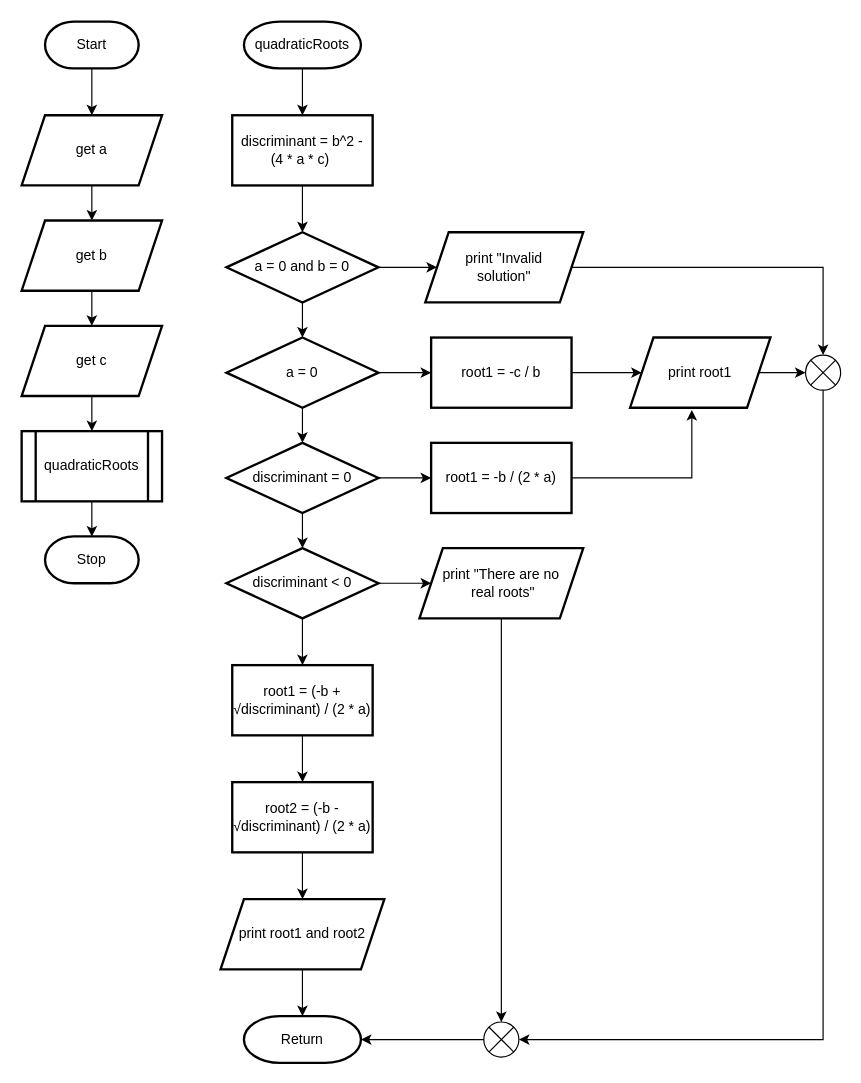
The draw.io diagram quadratic_formula.drawio in Jebbxrs/c_proj, before the edit. Source tidied: cells renumbered, new cells numbered last; positions are measured from the earlier drawing's top-left corner, leaving out a move shared by most shapes. Both pictures are drawn from the tidied source at 117%, with x=0, y=0 at pixel (21, 21).
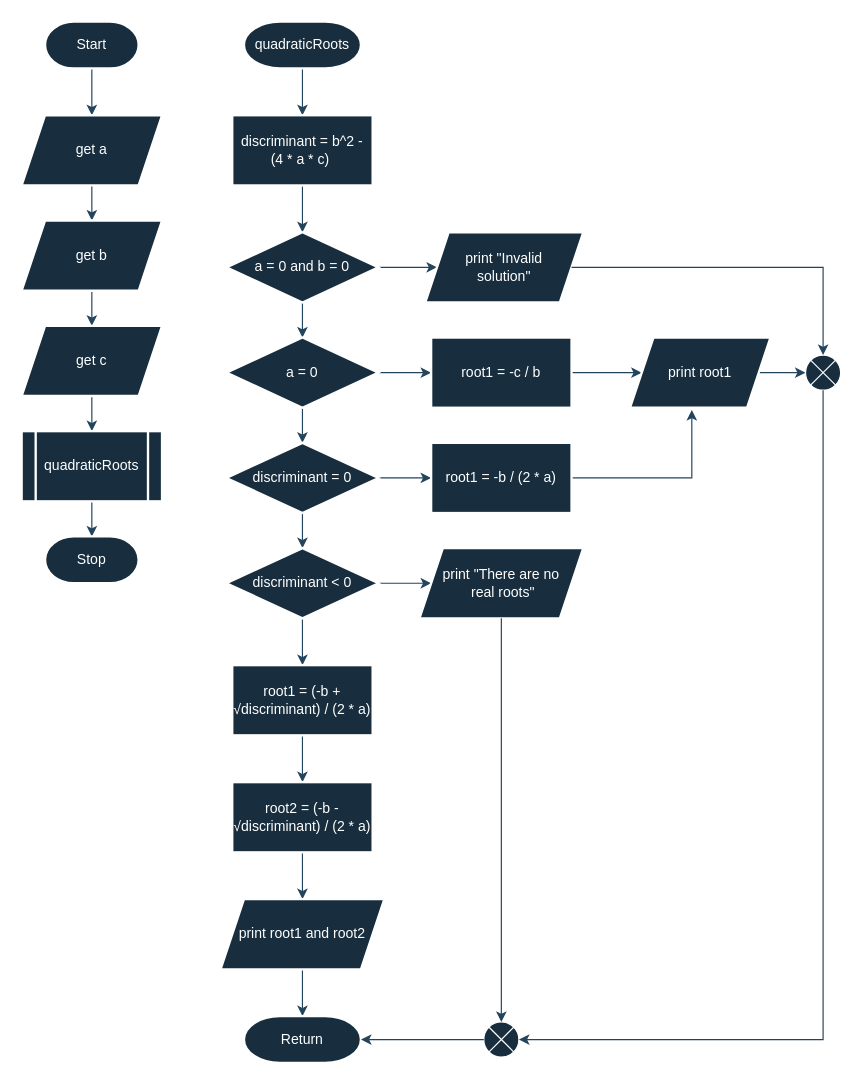
After the change.

Change to the diagram source:
```diff
@@
-    <mxCell id="2" style="edgeStyle=orthogonalEdgeStyle;rounded=0;jettySize=auto;html=1;" parent="1" edge="1" source="3" target="5">
+    <mxCell id="2" style="edgeStyle=orthogonalEdgeStyle;rounded=0;jettySize=auto;html=1;labelBackgroundColor=none;strokeColor=#23445D;fontColor=default;" parent="1" edge="1" source="3" target="5">
       <mxGeometry relative="1" as="geometry" />
     </mxCell>
-    <mxCell id="3" value="Start" style="strokeWidth=2;html=1;shape=mxgraph.flowchart.terminator;whiteSpace=wrap;" parent="1" vertex="1">
+    <mxCell id="3" value="Start" style="strokeWidth=2;html=1;shape=mxgraph.flowchart.terminator;whiteSpace=wrap;labelBackgroundColor=none;fillColor=#182E3E;strokeColor=#FFFFFF;fontColor=#FFFFFF;" parent="1" vertex="1">
       <mxGeometry x="20" width="80" height="40" as="geometry" />
     </mxCell>
-    <mxCell id="4" style="edgeStyle=orthogonalEdgeStyle;rounded=0;jettySize=auto;html=1;" parent="1" edge="1" source="5" target="7">
+    <mxCell id="4" style="edgeStyle=orthogonalEdgeStyle;rounded=0;jettySize=auto;html=1;labelBackgroundColor=none;strokeColor=#23445D;fontColor=default;" parent="1" edge="1" source="5" target="7">
       <mxGeometry relative="1" as="geometry" />
     </mxCell>
-    <mxCell id="5" value="get a" style="shape=parallelogram;perimeter=parallelogramPerimeter;whiteSpace=wrap;html=1;fixedSize=1;strokeWidth=2;" parent="1" vertex="1">
+    <mxCell id="5" value="get a" style="shape=parallelogram;perimeter=parallelogramPerimeter;whiteSpace=wrap;html=1;fixedSize=1;strokeWidth=2;labelBackgroundColor=none;fillColor=#182E3E;strokeColor=#FFFFFF;fontColor=#FFFFFF;" parent="1" vertex="1">
       <mxGeometry y="80" width="120" height="60" as="geometry" />
     </mxCell>
-    <mxCell id="6" style="edgeStyle=orthogonalEdgeStyle;rounded=0;jettySize=auto;html=1;" parent="1" edge="1" source="7" target="9">
+    <mxCell id="6" style="edgeStyle=orthogonalEdgeStyle;rounded=0;jettySize=auto;html=1;labelBackgroundColor=none;strokeColor=#23445D;fontColor=default;" parent="1" edge="1" source="7" target="9">
       <mxGeometry relative="1" as="geometry" />
     </mxCell>
-    <mxCell id="7" value="get b" style="shape=parallelogram;perimeter=parallelogramPerimeter;whiteSpace=wrap;html=1;fixedSize=1;strokeWidth=2;" parent="1" vertex="1">
+    <mxCell id="7" value="get b" style="shape=parallelogram;perimeter=parallelogramPerimeter;whiteSpace=wrap;html=1;fixedSize=1;strokeWidth=2;labelBackgroundColor=none;fillColor=#182E3E;strokeColor=#FFFFFF;fontColor=#FFFFFF;" parent="1" vertex="1">
       <mxGeometry y="170" width="120" height="60" as="geometry" />
     </mxCell>
-    <mxCell id="8" style="edgeStyle=orthogonalEdgeStyle;rounded=0;jettySize=auto;html=1;" parent="1" edge="1" source="9" target="11">
+    <mxCell id="8" style="edgeStyle=orthogonalEdgeStyle;rounded=0;jettySize=auto;html=1;labelBackgroundColor=none;strokeColor=#23445D;fontColor=default;" parent="1" edge="1" source="9" target="11">
       <mxGeometry relative="1" as="geometry" />
     </mxCell>
-    <mxCell id="9" value="get c" style="shape=parallelogram;perimeter=parallelogramPerimeter;whiteSpace=wrap;html=1;fixedSize=1;strokeWidth=2;" parent="1" vertex="1">
+    <mxCell id="9" value="get c" style="shape=parallelogram;perimeter=parallelogramPerimeter;whiteSpace=wrap;html=1;fixedSize=1;strokeWidth=2;labelBackgroundColor=none;fillColor=#182E3E;strokeColor=#FFFFFF;fontColor=#FFFFFF;" parent="1" vertex="1">
       <mxGeometry y="260" width="120" height="60" as="geometry" />
     </mxCell>
-    <mxCell id="10" style="edgeStyle=orthogonalEdgeStyle;rounded=0;jettySize=auto;html=1;" parent="1" edge="1" source="11" target="12">
+    <mxCell id="10" style="edgeStyle=orthogonalEdgeStyle;rounded=0;jettySize=auto;html=1;labelBackgroundColor=none;strokeColor=#23445D;fontColor=default;" parent="1" edge="1" source="11" target="12">
       <mxGeometry relative="1" as="geometry" />
     </mxCell>
-    <mxCell id="11" value="quadraticRoots" style="shape=process;whiteSpace=wrap;html=1;backgroundOutline=1;strokeWidth=2;" parent="1" vertex="1">
+    <mxCell id="11" value="quadraticRoots" style="shape=process;whiteSpace=wrap;html=1;backgroundOutline=1;strokeWidth=2;labelBackgroundColor=none;fillColor=#182E3E;strokeColor=#FFFFFF;fontColor=#FFFFFF;" parent="1" vertex="1">
       <mxGeometry y="350" width="120" height="60" as="geometry" />
     </mxCell>
-    <mxCell id="12" value="Stop" style="strokeWidth=2;html=1;shape=mxgraph.flowchart.terminator;whiteSpace=wrap;" parent="1" vertex="1">
+    <mxCell id="12" value="Stop" style="strokeWidth=2;html=1;shape=mxgraph.flowchart.terminator;whiteSpace=wrap;labelBackgroundColor=none;fillColor=#182E3E;strokeColor=#FFFFFF;fontColor=#FFFFFF;" parent="1" vertex="1">
       <mxGeometry x="20" y="440" width="80" height="40" as="geometry" />
     </mxCell>
-    <mxCell id="13" style="edgeStyle=orthogonalEdgeStyle;rounded=0;jettySize=auto;html=1;" parent="1" edge="1" source="14" target="16">
+    <mxCell id="13" style="edgeStyle=orthogonalEdgeStyle;rounded=0;jettySize=auto;html=1;labelBackgroundColor=none;strokeColor=#23445D;fontColor=default;" parent="1" edge="1" source="14" target="16">
       <mxGeometry relative="1" as="geometry" />
     </mxCell>
-    <mxCell id="14" value="quadraticRoots" style="strokeWidth=2;html=1;shape=mxgraph.flowchart.terminator;whiteSpace=wrap;" parent="1" vertex="1">
+    <mxCell id="14" value="quadraticRoots" style="strokeWidth=2;html=1;shape=mxgraph.flowchart.terminator;whiteSpace=wrap;labelBackgroundColor=none;fillColor=#182E3E;strokeColor=#FFFFFF;fontColor=#FFFFFF;" parent="1" vertex="1">
       <mxGeometry x="190" width="100" height="40" as="geometry" />
     </mxCell>
-    <mxCell id="15" style="edgeStyle=orthogonalEdgeStyle;rounded=0;jettySize=auto;html=1;" parent="1" edge="1" source="16" target="19">
+    <mxCell id="15" style="edgeStyle=orthogonalEdgeStyle;rounded=0;jettySize=auto;html=1;labelBackgroundColor=none;strokeColor=#23445D;fontColor=default;" parent="1" edge="1" source="16" target="19">
       <mxGeometry relative="1" as="geometry" />
     </mxCell>
-    <mxCell id="16" value="discriminant = b^2 - &lt;br&gt;(4 * a * c)&amp;nbsp;" style="whiteSpace=wrap;html=1;strokeWidth=2;" parent="1" vertex="1">
+    <mxCell id="16" value="discriminant = b^2 - &lt;br&gt;(4 * a * c)&amp;nbsp;" style="whiteSpace=wrap;html=1;strokeWidth=2;labelBackgroundColor=none;fillColor=#182E3E;strokeColor=#FFFFFF;fontColor=#FFFFFF;" parent="1" vertex="1">
       <mxGeometry x="180" y="80" width="120" height="60" as="geometry" />
     </mxCell>
-    <mxCell id="17" style="edgeStyle=orthogonalEdgeStyle;rounded=0;jettySize=auto;html=1;" parent="1" edge="1" source="19" target="20">
+    <mxCell id="17" style="edgeStyle=orthogonalEdgeStyle;rounded=0;jettySize=auto;html=1;labelBackgroundColor=none;strokeColor=#23445D;fontColor=default;" parent="1" edge="1" source="19" target="20">
       <mxGeometry relative="1" as="geometry" />
     </mxCell>
-    <mxCell id="18" style="edgeStyle=orthogonalEdgeStyle;rounded=0;jettySize=auto;html=1;" parent="1" edge="1" source="19" target="23">
+    <mxCell id="18" style="edgeStyle=orthogonalEdgeStyle;rounded=0;jettySize=auto;html=1;labelBackgroundColor=none;strokeColor=#23445D;fontColor=default;" parent="1" edge="1" source="19" target="23">
       <mxGeometry relative="1" as="geometry" />
     </mxCell>
-    <mxCell id="19" value="a = 0 and b = 0" style="rhombus;whiteSpace=wrap;html=1;strokeWidth=2;" parent="1" vertex="1">
+    <mxCell id="19" value="a = 0 and b = 0" style="rhombus;whiteSpace=wrap;html=1;strokeWidth=2;labelBackgroundColor=none;fillColor=#182E3E;strokeColor=#FFFFFF;fontColor=#FFFFFF;" parent="1" vertex="1">
       <mxGeometry x="175" y="180" width="130" height="60" as="geometry" />
     </mxCell>
-    <mxCell id="20" value="print &quot;Invalid &lt;br&gt;solution&quot;" style="shape=parallelogram;perimeter=parallelogramPerimeter;whiteSpace=wrap;html=1;fixedSize=1;strokeWidth=2;" parent="1" vertex="1">
+    <mxCell id="20" value="print &quot;Invalid &lt;br&gt;solution&quot;" style="shape=parallelogram;perimeter=parallelogramPerimeter;whiteSpace=wrap;html=1;fixedSize=1;strokeWidth=2;labelBackgroundColor=none;fillColor=#182E3E;strokeColor=#FFFFFF;fontColor=#FFFFFF;" parent="1" vertex="1">
       <mxGeometry x="345" y="180" width="135" height="60" as="geometry" />
     </mxCell>
-    <mxCell id="21" style="edgeStyle=orthogonalEdgeStyle;rounded=0;jettySize=auto;html=1;" parent="1" edge="1" source="23" target="25">
+    <mxCell id="21" style="edgeStyle=orthogonalEdgeStyle;rounded=0;jettySize=auto;html=1;labelBackgroundColor=none;strokeColor=#23445D;fontColor=default;" parent="1" edge="1" source="23" target="25">
       <mxGeometry relative="1" as="geometry" />
     </mxCell>
-    <mxCell id="22" style="edgeStyle=orthogonalEdgeStyle;rounded=0;jettySize=auto;html=1;" parent="1" edge="1" source="23" target="30">
+    <mxCell id="22" style="edgeStyle=orthogonalEdgeStyle;rounded=0;jettySize=auto;html=1;labelBackgroundColor=none;strokeColor=#23445D;fontColor=default;" parent="1" edge="1" source="23" target="30">
       <mxGeometry relative="1" as="geometry" />
     </mxCell>
-    <mxCell id="23" value="a = 0" style="rhombus;whiteSpace=wrap;html=1;strokeWidth=2;" parent="1" vertex="1">
+    <mxCell id="23" value="a = 0" style="rhombus;whiteSpace=wrap;html=1;strokeWidth=2;labelBackgroundColor=none;fillColor=#182E3E;strokeColor=#FFFFFF;fontColor=#FFFFFF;" parent="1" vertex="1">
       <mxGeometry x="175" y="270" width="130" height="60" as="geometry" />
     </mxCell>
-    <mxCell id="24" style="edgeStyle=orthogonalEdgeStyle;rounded=0;jettySize=auto;html=1;" parent="1" edge="1" source="25" target="27">
+    <mxCell id="24" style="edgeStyle=orthogonalEdgeStyle;rounded=0;jettySize=auto;html=1;labelBackgroundColor=none;strokeColor=#23445D;fontColor=default;" parent="1" edge="1" source="25" target="27">
       <mxGeometry relative="1" as="geometry" />
     </mxCell>
-    <mxCell id="25" value="root1 = -c / b" style="whiteSpace=wrap;html=1;strokeWidth=2;" parent="1" vertex="1">
+    <mxCell id="25" value="root1 = -c / b" style="whiteSpace=wrap;html=1;strokeWidth=2;labelBackgroundColor=none;fillColor=#182E3E;strokeColor=#FFFFFF;fontColor=#FFFFFF;" parent="1" vertex="1">
       <mxGeometry x="350" y="270" width="120" height="60" as="geometry" />
     </mxCell>
-    <mxCell id="26" style="edgeStyle=orthogonalEdgeStyle;rounded=0;jettySize=auto;html=1;" parent="1" edge="1" source="27" target="47">
+    <mxCell id="26" style="edgeStyle=orthogonalEdgeStyle;rounded=0;jettySize=auto;html=1;labelBackgroundColor=none;strokeColor=#23445D;fontColor=default;" parent="1" edge="1" source="27" target="47">
       <mxGeometry relative="1" as="geometry" />
     </mxCell>
-    <mxCell id="27" value="print root1" style="shape=parallelogram;perimeter=parallelogramPerimeter;whiteSpace=wrap;html=1;fixedSize=1;strokeWidth=2;" parent="1" vertex="1">
+    <mxCell id="27" value="print root1" style="shape=parallelogram;perimeter=parallelogramPerimeter;whiteSpace=wrap;html=1;fixedSize=1;strokeWidth=2;labelBackgroundColor=none;fillColor=#182E3E;strokeColor=#FFFFFF;fontColor=#FFFFFF;" parent="1" vertex="1">
       <mxGeometry x="520" y="270" width="120" height="60" as="geometry" />
     </mxCell>
-    <mxCell id="28" style="edgeStyle=orthogonalEdgeStyle;rounded=0;jettySize=auto;html=1;" parent="1" edge="1" source="30" target="32">
+    <mxCell id="28" style="edgeStyle=orthogonalEdgeStyle;rounded=0;jettySize=auto;html=1;labelBackgroundColor=none;strokeColor=#23445D;fontColor=default;" parent="1" edge="1" source="30" target="32">
       <mxGeometry relative="1" as="geometry" />
     </mxCell>
-    <mxCell id="29" style="edgeStyle=orthogonalEdgeStyle;rounded=0;jettySize=auto;html=1;" parent="1" edge="1" source="30" target="35">
+    <mxCell id="29" style="edgeStyle=orthogonalEdgeStyle;rounded=0;jettySize=auto;html=1;labelBackgroundColor=none;strokeColor=#23445D;fontColor=default;" parent="1" edge="1" source="30" target="35">
       <mxGeometry relative="1" as="geometry" />
     </mxCell>
-    <mxCell id="30" value="discriminant = 0" style="rhombus;whiteSpace=wrap;html=1;strokeWidth=2;" parent="1" vertex="1">
+    <mxCell id="30" value="discriminant = 0" style="rhombus;whiteSpace=wrap;html=1;strokeWidth=2;labelBackgroundColor=none;fillColor=#182E3E;strokeColor=#FFFFFF;fontColor=#FFFFFF;" parent="1" vertex="1">
       <mxGeometry x="175" y="360" width="130" height="60" as="geometry" />
     </mxCell>
-    <mxCell id="31" style="edgeStyle=orthogonalEdgeStyle;rounded=0;jettySize=auto;html=1;entryX=0.44;entryY=1.033;entryDx=0;entryDy=0;entryPerimeter=0;" parent="1" edge="1" source="32" target="27">
+    <mxCell id="31" style="edgeStyle=orthogonalEdgeStyle;rounded=0;jettySize=auto;html=1;entryX=0.44;entryY=1.033;entryDx=0;entryDy=0;entryPerimeter=0;labelBackgroundColor=none;strokeColor=#23445D;fontColor=default;" parent="1" edge="1" source="32" target="27">
       <mxGeometry relative="1" as="geometry" />
     </mxCell>
-    <mxCell id="32" value="root1 = -b / (2 * a)" style="whiteSpace=wrap;html=1;strokeWidth=2;" parent="1" vertex="1">
+    <mxCell id="32" value="root1 = -b / (2 * a)" style="whiteSpace=wrap;html=1;strokeWidth=2;labelBackgroundColor=none;fillColor=#182E3E;strokeColor=#FFFFFF;fontColor=#FFFFFF;" parent="1" vertex="1">
       <mxGeometry x="350" y="360" width="120" height="60" as="geometry" />
     </mxCell>
-    <mxCell id="33" style="edgeStyle=orthogonalEdgeStyle;rounded=0;jettySize=auto;html=1;" parent="1" edge="1" source="35" target="36">
+    <mxCell id="33" style="edgeStyle=orthogonalEdgeStyle;rounded=0;jettySize=auto;html=1;labelBackgroundColor=none;strokeColor=#23445D;fontColor=default;" parent="1" edge="1" source="35" target="36">
       <mxGeometry relative="1" as="geometry" />
     </mxCell>
-    <mxCell id="34" style="edgeStyle=orthogonalEdgeStyle;rounded=0;jettySize=auto;html=1;" parent="1" edge="1" source="35" target="38">
+    <mxCell id="34" style="edgeStyle=orthogonalEdgeStyle;rounded=0;jettySize=auto;html=1;labelBackgroundColor=none;strokeColor=#23445D;fontColor=default;" parent="1" edge="1" source="35" target="38">
       <mxGeometry relative="1" as="geometry" />
     </mxCell>
-    <mxCell id="35" value="discriminant &amp;lt; 0" style="rhombus;whiteSpace=wrap;html=1;strokeWidth=2;" parent="1" vertex="1">
+    <mxCell id="35" value="discriminant &amp;lt; 0" style="rhombus;whiteSpace=wrap;html=1;strokeWidth=2;labelBackgroundColor=none;fillColor=#182E3E;strokeColor=#FFFFFF;fontColor=#FFFFFF;" parent="1" vertex="1">
       <mxGeometry x="175" y="450" width="130" height="60" as="geometry" />
     </mxCell>
-    <mxCell id="36" value="print &quot;There are no&lt;br&gt;&amp;nbsp;real roots&quot;" style="shape=parallelogram;perimeter=parallelogramPerimeter;whiteSpace=wrap;html=1;fixedSize=1;strokeWidth=2;" parent="1" vertex="1">
+    <mxCell id="36" value="print &quot;There are no&lt;br&gt;&amp;nbsp;real roots&quot;" style="shape=parallelogram;perimeter=parallelogramPerimeter;whiteSpace=wrap;html=1;fixedSize=1;strokeWidth=2;labelBackgroundColor=none;fillColor=#182E3E;strokeColor=#FFFFFF;fontColor=#FFFFFF;" parent="1" vertex="1">
       <mxGeometry x="340" y="450" width="140" height="60" as="geometry" />
     </mxCell>
-    <mxCell id="37" style="edgeStyle=orthogonalEdgeStyle;rounded=0;jettySize=auto;html=1;" parent="1" edge="1" source="38" target="40">
+    <mxCell id="37" style="edgeStyle=orthogonalEdgeStyle;rounded=0;jettySize=auto;html=1;labelBackgroundColor=none;strokeColor=#23445D;fontColor=default;" parent="1" edge="1" source="38" target="40">
       <mxGeometry relative="1" as="geometry" />
     </mxCell>
-    <mxCell id="38" value="root1 = (-b + √discriminant) / (2 * a)" style="whiteSpace=wrap;html=1;strokeWidth=2;" parent="1" vertex="1">
+    <mxCell id="38" value="root1 = (-b + √discriminant) / (2 * a)" style="whiteSpace=wrap;html=1;strokeWidth=2;labelBackgroundColor=none;fillColor=#182E3E;strokeColor=#FFFFFF;fontColor=#FFFFFF;" parent="1" vertex="1">
       <mxGeometry x="180" y="550" width="120" height="60" as="geometry" />
     </mxCell>
-    <mxCell id="39" style="edgeStyle=orthogonalEdgeStyle;rounded=0;jettySize=auto;html=1;" parent="1" edge="1" source="40" target="42">
+    <mxCell id="39" style="edgeStyle=orthogonalEdgeStyle;rounded=0;jettySize=auto;html=1;labelBackgroundColor=none;strokeColor=#23445D;fontColor=default;" parent="1" edge="1" source="40" target="42">
       <mxGeometry relative="1" as="geometry" />
     </mxCell>
-    <mxCell id="40" value="root2 = (-b - √discriminant) / (2 * a)" style="whiteSpace=wrap;html=1;strokeWidth=2;" parent="1" vertex="1">
+    <mxCell id="40" value="root2 = (-b - √discriminant) / (2 * a)" style="whiteSpace=wrap;html=1;strokeWidth=2;labelBackgroundColor=none;fillColor=#182E3E;strokeColor=#FFFFFF;fontColor=#FFFFFF;" parent="1" vertex="1">
       <mxGeometry x="180" y="650" width="120" height="60" as="geometry" />
     </mxCell>
-    <mxCell id="41" style="edgeStyle=orthogonalEdgeStyle;rounded=0;jettySize=auto;html=1;" parent="1" edge="1" source="42" target="43">
+    <mxCell id="41" style="edgeStyle=orthogonalEdgeStyle;rounded=0;jettySize=auto;html=1;labelBackgroundColor=none;strokeColor=#23445D;fontColor=default;" parent="1" edge="1" source="42" target="43">
       <mxGeometry relative="1" as="geometry" />
     </mxCell>
-    <mxCell id="42" value="print root1 and root2" style="shape=parallelogram;perimeter=parallelogramPerimeter;whiteSpace=wrap;html=1;fixedSize=1;strokeWidth=2;" parent="1" vertex="1">
+    <mxCell id="42" value="print root1 and root2" style="shape=parallelogram;perimeter=parallelogramPerimeter;whiteSpace=wrap;html=1;fixedSize=1;strokeWidth=2;labelBackgroundColor=none;fillColor=#182E3E;strokeColor=#FFFFFF;fontColor=#FFFFFF;" parent="1" vertex="1">
       <mxGeometry x="170" y="750" width="140" height="60" as="geometry" />
     </mxCell>
-    <mxCell id="43" value="Return" style="strokeWidth=2;html=1;shape=mxgraph.flowchart.terminator;whiteSpace=wrap;" parent="1" vertex="1">
+    <mxCell id="43" value="Return" style="strokeWidth=2;html=1;shape=mxgraph.flowchart.terminator;whiteSpace=wrap;labelBackgroundColor=none;fillColor=#182E3E;strokeColor=#FFFFFF;fontColor=#FFFFFF;" parent="1" vertex="1">
       <mxGeometry x="190" y="850" width="100" height="40" as="geometry" />
     </mxCell>
-    <mxCell id="44" style="verticalLabelPosition=bottom;verticalAlign=top;html=1;shape=mxgraph.flowchart.or;" parent="1" vertex="1">
+    <mxCell id="44" style="verticalLabelPosition=bottom;verticalAlign=top;html=1;shape=mxgraph.flowchart.or;labelBackgroundColor=none;fillColor=#182E3E;strokeColor=#FFFFFF;fontColor=#FFFFFF;" parent="1" vertex="1">
       <mxGeometry x="395" y="855" width="30" height="30" as="geometry" />
     </mxCell>
-    <mxCell id="45" style="edgeStyle=orthogonalEdgeStyle;rounded=0;jettySize=auto;html=1;entryX=0.5;entryY=0;entryDx=0;entryDy=0;entryPerimeter=0;" parent="1" edge="1" source="36" target="44">
+    <mxCell id="45" style="edgeStyle=orthogonalEdgeStyle;rounded=0;jettySize=auto;html=1;entryX=0.5;entryY=0;entryDx=0;entryDy=0;entryPerimeter=0;labelBackgroundColor=none;strokeColor=#23445D;fontColor=default;" parent="1" edge="1" source="36" target="44">
       <mxGeometry relative="1" as="geometry" />
     </mxCell>
-    <mxCell id="46" style="edgeStyle=orthogonalEdgeStyle;rounded=0;jettySize=auto;html=1;exitX=0;exitY=0.5;exitDx=0;exitDy=0;exitPerimeter=0;entryX=1;entryY=0.5;entryDx=0;entryDy=0;entryPerimeter=0;" parent="1" edge="1" source="44" target="43">
+    <mxCell id="46" style="edgeStyle=orthogonalEdgeStyle;rounded=0;jettySize=auto;html=1;exitX=0;exitY=0.5;exitDx=0;exitDy=0;exitPerimeter=0;entryX=1;entryY=0.5;entryDx=0;entryDy=0;entryPerimeter=0;labelBackgroundColor=none;strokeColor=#23445D;fontColor=default;" parent="1" edge="1" source="44" target="43">
       <mxGeometry relative="1" as="geometry" />
     </mxCell>
-    <mxCell id="47" style="verticalLabelPosition=bottom;verticalAlign=top;html=1;shape=mxgraph.flowchart.or;" parent="1" vertex="1">
+    <mxCell id="47" style="verticalLabelPosition=bottom;verticalAlign=top;html=1;shape=mxgraph.flowchart.or;labelBackgroundColor=none;fillColor=#182E3E;strokeColor=#FFFFFF;fontColor=#FFFFFF;" parent="1" vertex="1">
       <mxGeometry x="670" y="285" width="30" height="30" as="geometry" />
     </mxCell>
-    <mxCell id="48" style="edgeStyle=orthogonalEdgeStyle;rounded=0;jettySize=auto;html=1;entryX=0.5;entryY=0;entryDx=0;entryDy=0;entryPerimeter=0;" parent="1" edge="1" source="20" target="47">
+    <mxCell id="48" style="edgeStyle=orthogonalEdgeStyle;rounded=0;jettySize=auto;html=1;entryX=0.5;entryY=0;entryDx=0;entryDy=0;entryPerimeter=0;labelBackgroundColor=none;strokeColor=#23445D;fontColor=default;" parent="1" edge="1" source="20" target="47">
       <mxGeometry relative="1" as="geometry" />
     </mxCell>
-    <mxCell id="49" style="edgeStyle=orthogonalEdgeStyle;rounded=0;jettySize=auto;html=1;entryX=1;entryY=0.5;entryDx=0;entryDy=0;entryPerimeter=0;" parent="1" edge="1" source="47" target="44">
+    <mxCell id="49" style="edgeStyle=orthogonalEdgeStyle;rounded=0;jettySize=auto;html=1;entryX=1;entryY=0.5;entryDx=0;entryDy=0;entryPerimeter=0;labelBackgroundColor=none;strokeColor=#23445D;fontColor=default;" parent="1" edge="1" source="47" target="44">
       <mxGeometry relative="1" as="geometry">
         <Array as="points">
           <mxPoint x="685" y="870" />
         </Array>
       </mxGeometry>
     </mxCell>
```
